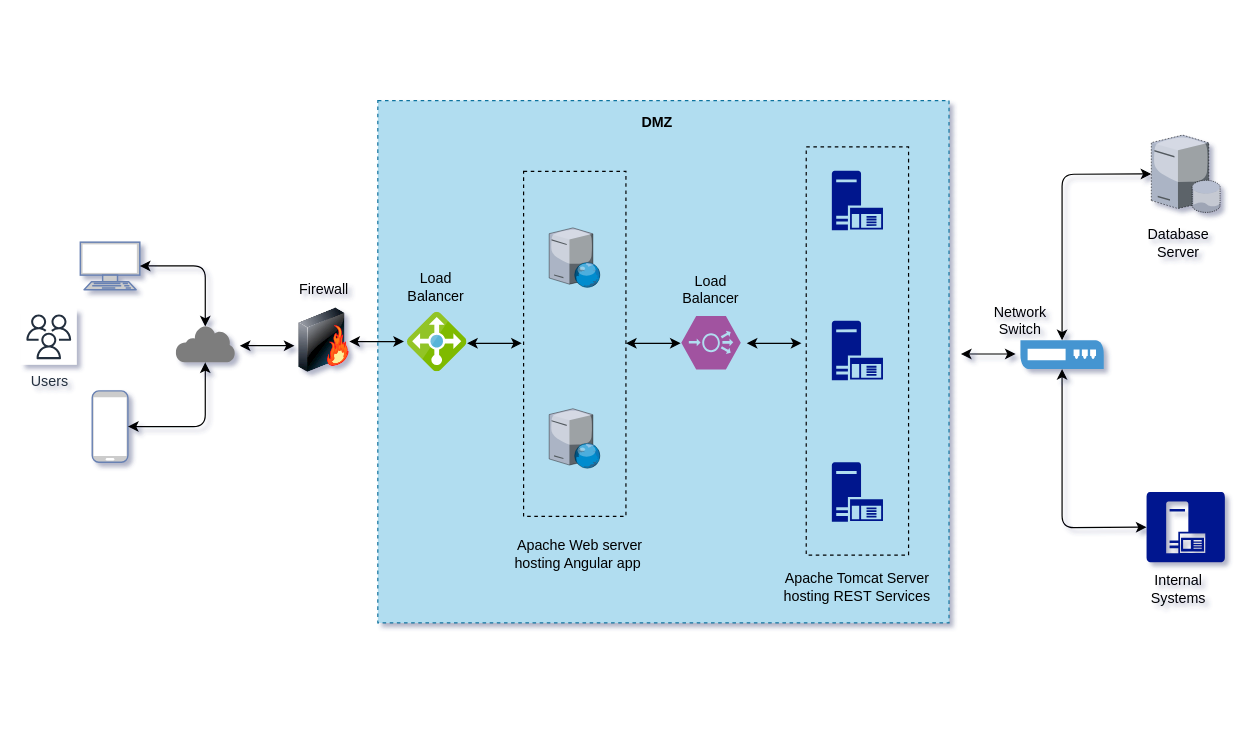
The draw.io diagram Deployment Diagram Automate API.drawio in paragp/taksopark, before the edit. Source tidied: cells renumbered, new cells numbered last; positions are measured from the earlier drawing's top-left corner, leaving out a move shared by most shapes. Both pictures are drawn from the tidied source at 119%, with x=0, y=0 at pixel (20, 100). Pictures stored in the file or linked from it are replaced by grey dashed boxes.
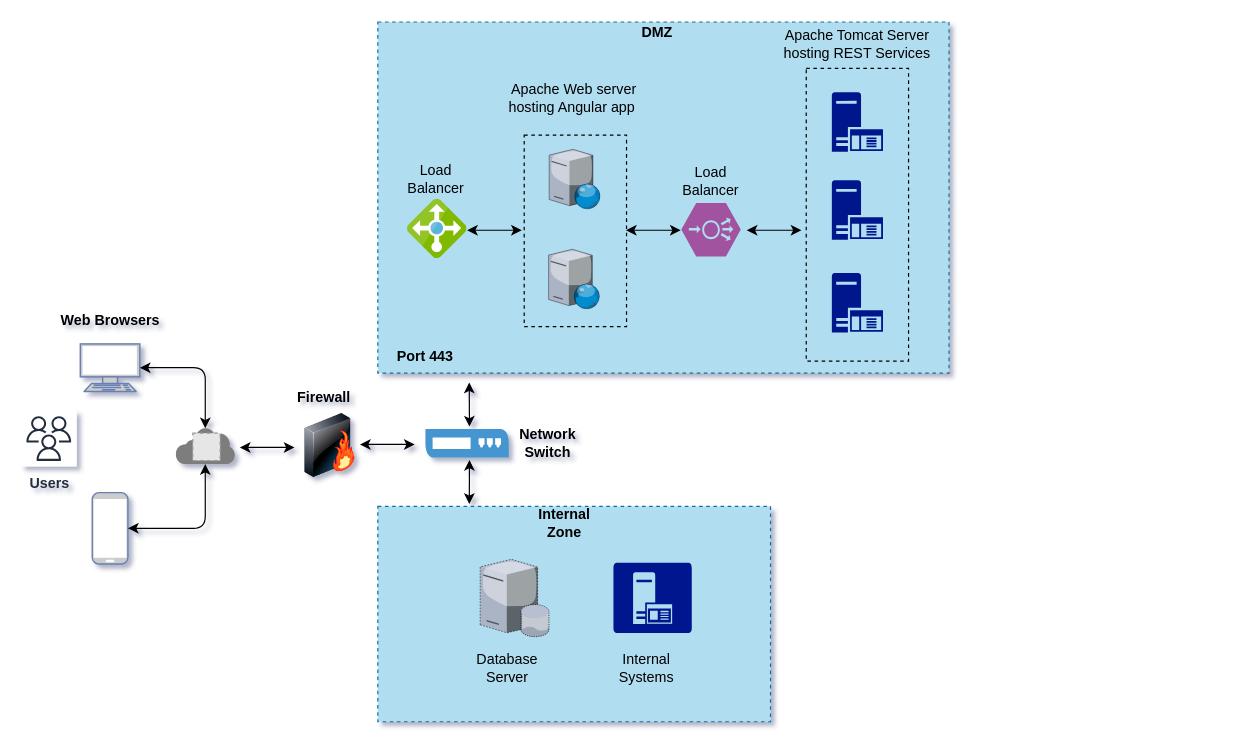
After the change.

What changed in the source:
```diff
@@
+    <mxCell id="39" style="rounded=0;whiteSpace=wrap;html=1;dashed=1;fillColor=#b1ddf0;strokeColor=#10739e;" parent="1" vertex="1">
+      <mxGeometry x="300" y="341" width="330" height="181" as="geometry" />
+    </mxCell>
     <mxCell id="2" style="rounded=0;whiteSpace=wrap;html=1;dashed=1;fillColor=#b1ddf0;strokeColor=#10739e;" parent="1" vertex="1">
-      <mxGeometry x="300" width="480" height="439" as="geometry" />
+      <mxGeometry x="300" y="-66" width="480" height="295" as="geometry" />
     </mxCell>
     <mxCell id="3" style="rounded=0;whiteSpace=wrap;html=1;dashed=1;fillColor=none;" parent="1" vertex="1">
-      <mxGeometry x="660" y="39" width="86" height="343" as="geometry" />
+      <mxGeometry x="660" y="-27" width="86" height="246" as="geometry" />
     </mxCell>
     <mxCell id="4" style="rounded=0;whiteSpace=wrap;html=1;dashed=1;fillColor=none;" parent="1" vertex="1">
-      <mxGeometry x="422.5" y="59.5" width="86" height="290" as="geometry" />
+      <mxGeometry x="423" y="29" width="86" height="161" as="geometry" />
     </mxCell>
     <mxCell id="5" style="fontColor=#0066CC;verticalAlign=top;verticalLabelPosition=bottom;labelPosition=center;align=center;html=1;outlineConnect=0;fillColor=#CCCCCC;strokeColor=#6881B3;gradientColor=none;gradientDirection=north;strokeWidth=2;shape=mxgraph.networks.terminal;" parent="1" vertex="1">
-      <mxGeometry x="50" y="119" width="50" height="40" as="geometry" />
+      <mxGeometry x="50" y="204.5" width="50" height="40" as="geometry" />
     </mxCell>
     <mxCell id="6" style="fontColor=#0066CC;verticalAlign=top;verticalLabelPosition=bottom;labelPosition=center;align=center;html=1;outlineConnect=0;fillColor=#CCCCCC;strokeColor=#6881B3;gradientColor=none;gradientDirection=north;strokeWidth=2;shape=mxgraph.networks.mobile;" parent="1" vertex="1">
-      <mxGeometry x="60" y="244" width="30" height="60" as="geometry" />
+      <mxGeometry x="60" y="329.5" width="30" height="60" as="geometry" />
     </mxCell>
     <mxCell id="7" style="shadow=0;dashed=0;html=1;strokeColor=none;labelPosition=center;verticalLabelPosition=bottom;verticalAlign=top;align=center;shape=mxgraph.mscae.enterprise.internet;fillColor=#7D7D7D;" parent="1" vertex="1">
-      <mxGeometry x="130" y="189" width="50" height="31" as="geometry" />
+      <mxGeometry x="130" y="274.5" width="50" height="31" as="geometry" />
     </mxCell>
     <mxCell id="8" style="image;html=1;labelBackgroundColor=#ffffff;image=img/lib/clip_art/networking/Firewall-page1_128x128.png;" parent="1" vertex="1">
-      <mxGeometry x="230" y="174.5" width="50" height="54" as="geometry" />
+      <mxGeometry x="235" y="263" width="50" height="54" as="geometry" />
     </mxCell>
     <mxCell id="9" style="verticalLabelPosition=bottom;html=1;verticalAlign=top;strokeColor=none;align=center;shape=mxgraph.citrix.web_server;" parent="1" vertex="1">
-      <mxGeometry x="444" y="107" width="43" height="50" as="geometry" />
+      <mxGeometry x="444" y="41" width="43" height="50" as="geometry" />
     </mxCell>
     <mxCell id="10" style="verticalLabelPosition=bottom;html=1;verticalAlign=top;strokeColor=none;align=center;shape=mxgraph.citrix.web_server;" parent="1" vertex="1">
-      <mxGeometry x="444" y="259" width="43" height="50" as="geometry" />
+      <mxGeometry x="443.5" y="125" width="43" height="50" as="geometry" />
     </mxCell>
     <mxCell id="11" style="html=1;perimeter=none;align=center;shadow=0;dashed=0;image;fontSize=12;image=img/lib/mscae/Load_Balancer_feature.svg;" parent="1" vertex="1">
-      <mxGeometry x="325" y="178" width="50" height="50" as="geometry" />
+      <mxGeometry x="325" y="83" width="50" height="50" as="geometry" />
     </mxCell>
     <mxCell id="12" style="shadow=0;dashed=0;html=1;strokeColor=none;labelPosition=center;verticalLabelPosition=bottom;verticalAlign=top;align=center;shape=mxgraph.mscae.enterprise.application_server;fillColor=#00188D;" parent="1" vertex="1">
-      <mxGeometry x="681.5" y="59" width="43" height="50" as="geometry" />
+      <mxGeometry x="681.5" y="-7" width="43" height="50" as="geometry" />
     </mxCell>
     <mxCell id="13" style="shadow=0;dashed=0;html=1;strokeColor=none;labelPosition=center;verticalLabelPosition=bottom;verticalAlign=top;align=center;shape=mxgraph.mscae.enterprise.application_server;fillColor=#00188D;" parent="1" vertex="1">
-      <mxGeometry x="681.5" y="185" width="43" height="50" as="geometry" />
+      <mxGeometry x="681.5" y="67" width="43" height="50" as="geometry" />
     </mxCell>
     <mxCell id="14" style="shadow=0;dashed=0;html=1;strokeColor=none;labelPosition=center;verticalLabelPosition=bottom;verticalAlign=top;align=center;shape=mxgraph.mscae.enterprise.application_server;fillColor=#00188D;" parent="1" vertex="1">
-      <mxGeometry x="681.5" y="304" width="43" height="50" as="geometry" />
+      <mxGeometry x="681.5" y="145" width="43" height="50" as="geometry" />
     </mxCell>
     <mxCell id="15" style="verticalLabelPosition=bottom;html=1;fillColor=#A153A0;verticalAlign=top;align=center;shape=mxgraph.cisco_safe.design.load_balancer;" parent="1" vertex="1">
-      <mxGeometry x="555" y="181" width="50" height="45" as="geometry" />
+      <mxGeometry x="555" y="86" width="50" height="45" as="geometry" />
     </mxCell>
     <mxCell id="16" style="endArrow=classic;startArrow=classic;html=1;strokeColor=#000000;exitX=1;exitY=0.5;exitDx=0;exitDy=0;exitPerimeter=0;entryX=0.5;entryY=0.03;entryDx=0;entryDy=0;entryPerimeter=0;" parent="1" edge="1" source="5" target="7">
       <mxGeometry relative="1" as="geometry">
         <Array as="points">
-          <mxPoint x="155" y="139" />
+          <mxPoint x="155" y="224.5" />
         </Array>
       </mxGeometry>
     </mxCell>
     <mxCell id="17" style="endArrow=classic;startArrow=classic;html=1;strokeColor=#000000;exitX=1;exitY=0.5;exitDx=0;exitDy=0;exitPerimeter=0;entryX=0.5;entryY=1;entryDx=0;entryDy=0;entryPerimeter=0;" parent="1" edge="1" source="6" target="7">
       <mxGeometry relative="1" as="geometry">
         <Array as="points">
-          <mxPoint x="155" y="274" />
+          <mxPoint x="155" y="359.5" />
         </Array>
       </mxGeometry>
     </mxCell>
     <mxCell id="18" style="endArrow=classic;startArrow=classic;html=1;strokeColor=#000000;exitX=1.08;exitY=0.839;exitDx=0;exitDy=0;exitPerimeter=0;entryX=0;entryY=0.75;entryDx=0;entryDy=0;" parent="1" edge="1">
       <mxGeometry relative="1" as="geometry">
-        <mxPoint x="184" y="206" as="sourcePoint" />
-        <mxPoint x="230" y="206" as="targetPoint" />
+        <mxPoint x="184" y="291.5" as="sourcePoint" />
+        <mxPoint x="230" y="291.5" as="targetPoint" />
       </mxGeometry>
     </mxCell>
-    <mxCell id="19" style="endArrow=classic;startArrow=classic;html=1;strokeColor=#000000;exitX=1.08;exitY=0.839;exitDx=0;exitDy=0;exitPerimeter=0;entryX=0;entryY=0.75;entryDx=0;entryDy=0;" parent="1" edge="1">
+    <mxCell id="19" style="endArrow=classic;startArrow=classic;html=1;strokeColor=#000000;entryX=0.16;entryY=1.027;entryDx=0;entryDy=0;entryPerimeter=0;" parent="1" edge="1" target="2">
       <mxGeometry relative="1" as="geometry">
-        <mxPoint x="276" y="202.5" as="sourcePoint" />
-        <mxPoint x="322" y="202.5" as="targetPoint" />
+        <mxPoint x="377" y="274" as="sourcePoint" />
       </mxGeometry>
     </mxCell>
     <mxCell id="20" style="endArrow=classic;startArrow=classic;html=1;strokeColor=#000000;exitX=1.08;exitY=0.839;exitDx=0;exitDy=0;exitPerimeter=0;entryX=0;entryY=0.75;entryDx=0;entryDy=0;" parent="1" edge="1">
       <mxGeometry relative="1" as="geometry">
-        <mxPoint x="375" y="204" as="sourcePoint" />
-        <mxPoint x="421" y="204" as="targetPoint" />
+        <mxPoint x="375" y="109" as="sourcePoint" />
+        <mxPoint x="421" y="109" as="targetPoint" />
       </mxGeometry>
     </mxCell>
     <mxCell id="21" style="endArrow=classic;startArrow=classic;html=1;strokeColor=#000000;exitX=1.08;exitY=0.839;exitDx=0;exitDy=0;exitPerimeter=0;entryX=0;entryY=0.75;entryDx=0;entryDy=0;" parent="1" edge="1">
       <mxGeometry relative="1" as="geometry">
-        <mxPoint x="508.5" y="204" as="sourcePoint" />
-        <mxPoint x="554.5" y="204" as="targetPoint" />
+        <mxPoint x="508.5" y="109" as="sourcePoint" />
+        <mxPoint x="554.5" y="109" as="targetPoint" />
         <Array as="points">
-          <mxPoint x="534.5" y="204" />
+          <mxPoint x="534.5" y="109" />
         </Array>
       </mxGeometry>
     </mxCell>
     <mxCell id="22" style="endArrow=classic;startArrow=classic;html=1;strokeColor=#000000;exitX=1.08;exitY=0.839;exitDx=0;exitDy=0;exitPerimeter=0;entryX=0;entryY=0.75;entryDx=0;entryDy=0;" parent="1" edge="1">
       <mxGeometry relative="1" as="geometry">
-        <mxPoint x="610" y="204" as="sourcePoint" />
-        <mxPoint x="656" y="204" as="targetPoint" />
+        <mxPoint x="610" y="109" as="sourcePoint" />
+        <mxPoint x="656" y="109" as="targetPoint" />
       </mxGeometry>
     </mxCell>
-    <mxCell id="23" value="Firewall" style="text;html=1;strokeColor=none;fillColor=none;align=center;verticalAlign=middle;whiteSpace=wrap;rounded=0;dashed=1;" parent="1" vertex="1">
-      <mxGeometry x="235" y="149" width="40" height="20" as="geometry" />
+    <mxCell id="23" value="Firewall" style="text;html=1;strokeColor=none;fillColor=none;align=center;verticalAlign=middle;whiteSpace=wrap;rounded=0;dashed=1;fontStyle=1;" parent="1" vertex="1">
+      <mxGeometry x="235" y="239.5" width="40" height="20" as="geometry" />
     </mxCell>
     <mxCell id="24" value="Load Balancer" style="text;html=1;strokeColor=none;fillColor=none;align=center;verticalAlign=middle;whiteSpace=wrap;rounded=0;dashed=1;" parent="1" vertex="1">
-      <mxGeometry x="329" y="147" width="40" height="20" as="geometry" />
+      <mxGeometry x="329" y="56" width="40" height="20" as="geometry" />
     </mxCell>
     <mxCell id="25" value="Load Balancer" style="text;html=1;strokeColor=none;fillColor=none;align=center;verticalAlign=middle;whiteSpace=wrap;rounded=0;dashed=1;" parent="1" vertex="1">
-      <mxGeometry x="560" y="149" width="40" height="20" as="geometry" />
+      <mxGeometry x="560" y="57.5" width="40" height="20" as="geometry" />
     </mxCell>
     <mxCell id="26" value="Apache Web server &lt;br&gt;hosting Angular app&amp;nbsp;&lt;br&gt;" style="text;html=1;strokeColor=none;fillColor=none;align=center;verticalAlign=middle;whiteSpace=wrap;rounded=0;dashed=1;" parent="1" vertex="1">
-      <mxGeometry x="400" y="361" width="140" height="40" as="geometry" />
+      <mxGeometry x="395" y="-22" width="140" height="40" as="geometry" />
     </mxCell>
-    <mxCell id="27" value="Users" style="fontColor=#232F3E;gradientColor=none;strokeColor=#232F3E;fillColor=#ffffff;dashed=0;verticalLabelPosition=bottom;verticalAlign=top;align=center;html=1;fontSize=12;fontStyle=0;shape=mxgraph.aws4.resourceIcon;resIcon=mxgraph.aws4.users;" parent="1" vertex="1">
-      <mxGeometry y="175" width="47" height="47" as="geometry" />
+    <mxCell id="27" value="Users" style="fontColor=#232F3E;gradientColor=none;strokeColor=#232F3E;fillColor=#ffffff;dashed=0;verticalLabelPosition=bottom;verticalAlign=top;align=center;html=1;fontSize=12;fontStyle=1;shape=mxgraph.aws4.resourceIcon;resIcon=mxgraph.aws4.users;" parent="1" vertex="1">
+      <mxGeometry y="260.5" width="47" height="47" as="geometry" />
     </mxCell>
     <mxCell id="28" value="Apache Tomcat Server hosting REST Services" style="text;html=1;strokeColor=none;fillColor=none;align=center;verticalAlign=middle;whiteSpace=wrap;rounded=0;dashed=1;" parent="1" vertex="1">
-      <mxGeometry x="634" y="399" width="138" height="20" as="geometry" />
+      <mxGeometry x="634" y="-57" width="138" height="20" as="geometry" />
     </mxCell>
     <mxCell id="29" value="&lt;b&gt;DMZ&lt;/b&gt;" style="text;html=1;strokeColor=none;fillColor=none;align=center;verticalAlign=middle;whiteSpace=wrap;rounded=0;dashed=1;" parent="1" vertex="1">
-      <mxGeometry x="515" y="9" width="40" height="20" as="geometry" />
+      <mxGeometry x="515" y="-67" width="40" height="20" as="geometry" />
     </mxCell>
     <mxCell id="30" style="shadow=0;dashed=0;html=1;strokeColor=none;fillColor=#4495D1;labelPosition=center;verticalLabelPosition=bottom;verticalAlign=top;align=center;outlineConnect=0;shape=mxgraph.veeam.2d.switch;" parent="1" vertex="1">
-      <mxGeometry x="840" y="201.5" width="70" height="24" as="geometry" />
+      <mxGeometry x="340" y="276" width="70" height="24" as="geometry" />
     </mxCell>
     <mxCell id="31" style="verticalLabelPosition=bottom;html=1;verticalAlign=top;strokeColor=none;align=center;outlineConnect=0;shape=mxgraph.citrix.database_server;dashed=1;gradientColor=none;fontColor=#000000;" parent="1" vertex="1">
-      <mxGeometry x="950" y="29" width="58" height="65" as="geometry" />
+      <mxGeometry x="386" y="385.5" width="58" height="65" as="geometry" />
     </mxCell>
     <mxCell id="32" style="shadow=0;dashed=0;html=1;labelPosition=center;verticalLabelPosition=bottom;verticalAlign=top;align=center;strokeColor=none;shape=mxgraph.mscae.vm.application_server;fillColor=#00188F;strokeColor=none;fontColor=#000000;" parent="1" vertex="1">
-      <mxGeometry x="946" y="329" width="66" height="59" as="geometry" />
+      <mxGeometry x="498" y="388.5" width="66" height="59" as="geometry" />
     </mxCell>
     <mxCell id="33" style="endArrow=classic;startArrow=classic;html=1;strokeColor=#000000;exitX=1.08;exitY=0.839;exitDx=0;exitDy=0;exitPerimeter=0;entryX=0;entryY=0.75;entryDx=0;entryDy=0;" parent="1" edge="1">
       <mxGeometry relative="1" as="geometry">
-        <mxPoint x="790" y="213" as="sourcePoint" />
-        <mxPoint x="836" y="213" as="targetPoint" />
+        <mxPoint x="285" y="289" as="sourcePoint" />
+        <mxPoint x="331" y="289" as="targetPoint" />
       </mxGeometry>
     </mxCell>
-    <mxCell id="34" style="endArrow=classic;startArrow=classic;html=1;strokeColor=#000000;" parent="1" edge="1" source="30" target="31">
-      <mxGeometry relative="1" as="geometry">
-        <Array as="points">
-          <mxPoint x="875" y="62" />
-        </Array>
-      </mxGeometry>
-    </mxCell>
-    <mxCell id="35" style="endArrow=classic;startArrow=classic;html=1;strokeColor=#000000;entryX=0;entryY=0.5;entryDx=0;entryDy=0;entryPerimeter=0;" parent="1" edge="1" source="30" target="32">
-      <mxGeometry relative="1" as="geometry">
-        <Array as="points">
-          <mxPoint x="875" y="359" />
-        </Array>
-      </mxGeometry>
-    </mxCell>
-    <mxCell id="36" value="Database Server" style="text;html=1;strokeColor=none;fillColor=none;align=center;verticalAlign=middle;whiteSpace=wrap;rounded=0;dashed=1;fontColor=#000000;" parent="1" vertex="1">
-      <mxGeometry x="953" y="110" width="40" height="20" as="geometry" />
+    <mxCell id="36" value="Database Server" style="text;html=1;strokeColor=none;fillColor=none;align=center;verticalAlign=middle;whiteSpace=wrap;rounded=0;dashed=1;fontColor=#000000;fontStyle=0;" parent="1" vertex="1">
+      <mxGeometry x="389" y="466.5" width="40" height="20" as="geometry" />
     </mxCell>
-    <mxCell id="37" value="Internal Systems" style="text;html=1;strokeColor=none;fillColor=none;align=center;verticalAlign=middle;whiteSpace=wrap;rounded=0;dashed=1;fontColor=#000000;" parent="1" vertex="1">
-      <mxGeometry x="953" y="401" width="40" height="20" as="geometry" />
+    <mxCell id="37" value="Internal Systems" style="text;html=1;strokeColor=none;fillColor=none;align=center;verticalAlign=middle;whiteSpace=wrap;rounded=0;dashed=1;fontColor=#000000;fontStyle=0;" parent="1" vertex="1">
+      <mxGeometry x="506" y="466.5" width="40" height="20" as="geometry" />
     </mxCell>
-    <mxCell id="38" value="Network Switch" style="text;html=1;strokeColor=none;fillColor=none;align=center;verticalAlign=middle;whiteSpace=wrap;rounded=0;dashed=1;fontColor=#000000;" parent="1" vertex="1">
-      <mxGeometry x="820" y="175" width="40" height="20" as="geometry" />
+    <mxCell id="38" value="Network Switch" style="text;html=1;strokeColor=none;fillColor=none;align=center;verticalAlign=middle;whiteSpace=wrap;rounded=0;dashed=1;fontColor=#000000;fontStyle=1;" parent="1" vertex="1">
+      <mxGeometry x="423" y="278" width="40" height="20" as="geometry" />
     </mxCell>
+    <mxCell id="40" style="endArrow=classic;startArrow=classic;html=1;strokeColor=#000000;exitX=0.233;exitY=-0.011;exitDx=0;exitDy=0;exitPerimeter=0;" parent="1" edge="1" source="39">
+      <mxGeometry relative="1" as="geometry">
+        <mxPoint x="377" y="302" as="targetPoint" />
+      </mxGeometry>
+    </mxCell>
+    <mxCell id="41" value="Internal Zone" style="text;html=1;strokeColor=none;fillColor=none;align=center;verticalAlign=middle;whiteSpace=wrap;rounded=0;fontStyle=1;" parent="1" vertex="1">
+      <mxGeometry x="437" y="345" width="40" height="20" as="geometry" />
+    </mxCell>
+    <mxCell id="42" value="Port 443" style="text;html=1;strokeColor=none;fillColor=none;align=center;verticalAlign=middle;whiteSpace=wrap;rounded=0;fontStyle=1;" parent="1" vertex="1">
+      <mxGeometry x="310" y="205" width="60" height="20" as="geometry" />
+    </mxCell>
+    <mxCell id="43" style="fillColor=#E6E6E6;strokeColor=#999999;dashed=1;html=1;verticalAlign=top;verticalLabelPosition=bottom;labelBackgroundColor=#ffffff;" parent="1" vertex="1">
+      <mxGeometry x="144.5" y="279.5" width="23" height="23" as="geometry" />
+    </mxCell>
+    <mxCell id="44" value="Web Browsers" style="text;html=1;strokeColor=none;fillColor=none;align=center;verticalAlign=middle;whiteSpace=wrap;rounded=0;fontStyle=1;" parent="1" vertex="1">
+      <mxGeometry x="27.5" y="175" width="95" height="20" as="geometry" />
+    </mxCell>
```
